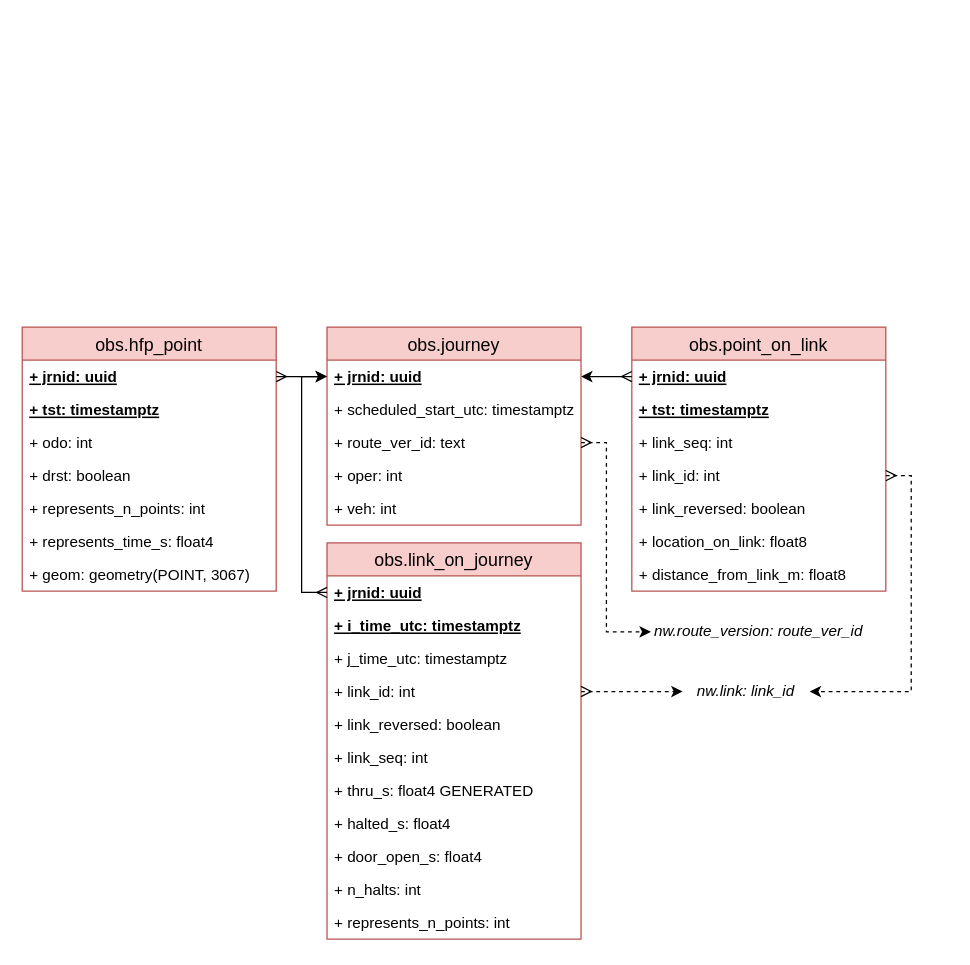
Above: page "obs" (2 of 6) of docs/sujuikoDB.drawio in datarttu/sujuikoDB (draw.io), before the change. Source tidied: cells renumbered, new cells numbered last; positions are measured from the earlier drawing's top-left corner, leaving out a move shared by most shapes. Both pictures are drawn from the tidied source at 127%, with x=0, y=0 at pixel (22, 326).
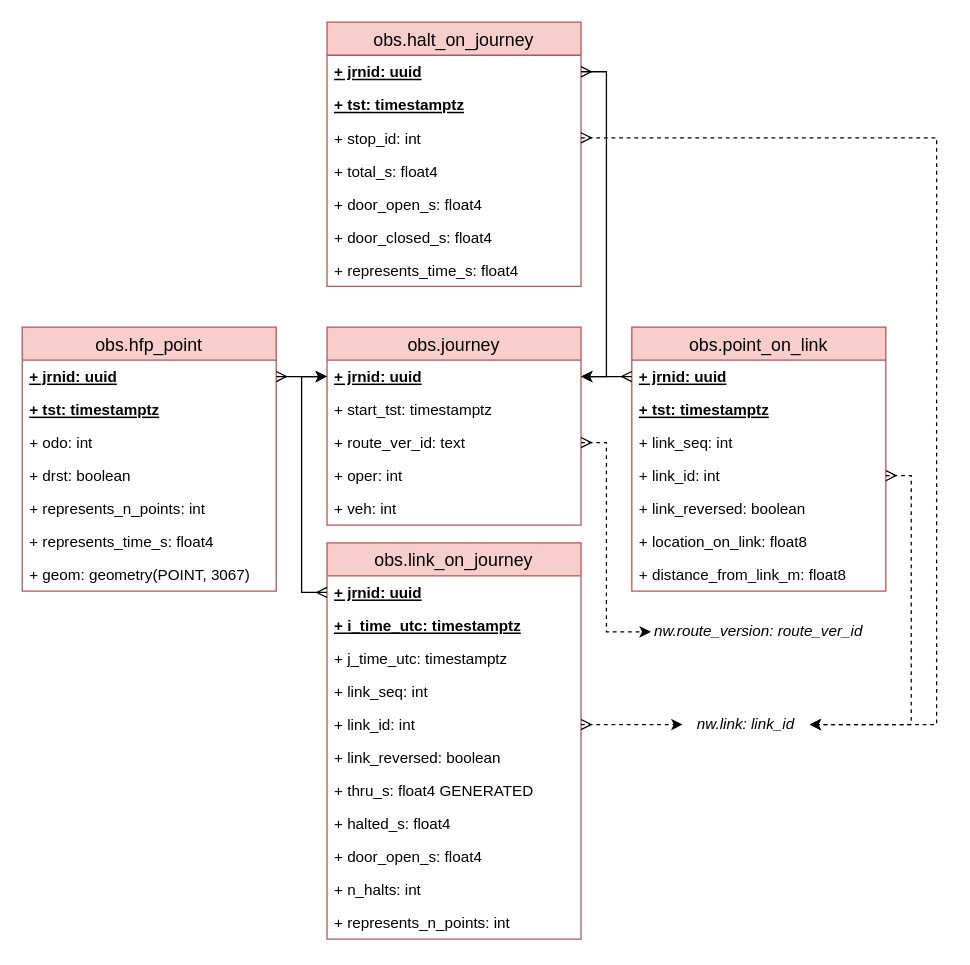
The same diagram, later.

Unchanged cells that the change refers to:
```xml
<mxCell id="2" value="obs.link_on_journey" style="swimlane;fontStyle=0;horizontal=1;startSize=26;fillColor=#f8cecc;swimlaneFillColor=#ffffff;align=center;fontSize=14;strokeColor=#b85450;" parent="1" vertex="1">
  <mxGeometry x="240" y="170" width="200" height="312" as="geometry" />
</mxCell>
<mxCell id="14" value="obs.journey" style="swimlane;fontStyle=0;horizontal=1;startSize=26;fillColor=#f8cecc;swimlaneFillColor=#ffffff;align=center;fontSize=14;strokeColor=#b85450;" parent="1" vertex="1">
  <mxGeometry x="240" width="200" height="156" as="geometry" />
</mxCell>
<mxCell id="15" value="+ jrnid: uuid" style="text;strokeColor=none;fillColor=none;spacingLeft=4;spacingRight=4;overflow=hidden;points=[[0,0.5],[1,0.5]];portConstraint=eastwest;fontSize=12;fontStyle=5;" parent="14" vertex="1">
  <mxGeometry y="26" width="200" height="26" as="geometry" />
</mxCell>
```

Change to the diagram source:
```diff
@@
+    <mxCell id="8" value="+ link_seq: int" style="text;strokeColor=none;fillColor=none;spacingLeft=4;spacingRight=4;overflow=hidden;fontSize=12;" parent="2" vertex="1">
+      <mxGeometry y="104" width="200" height="26" as="geometry" />
+    </mxCell>
     <mxCell id="6" value="+ link_id: int" style="text;strokeColor=none;fillColor=none;spacingLeft=4;spacingRight=4;overflow=hidden;points=[[0,0.5],[1,0.5]];portConstraint=eastwest;fontSize=12;fontStyle=0;" parent="2" vertex="1">
-      <mxGeometry y="104" width="200" height="26" as="geometry" />
+      <mxGeometry y="130" width="200" height="26" as="geometry" />
     </mxCell>
     <mxCell id="7" value="+ link_reversed: boolean" style="text;strokeColor=none;fillColor=none;spacingLeft=4;spacingRight=4;overflow=hidden;fontSize=12;" parent="2" vertex="1">
-      <mxGeometry y="130" width="200" height="26" as="geometry" />
+      <mxGeometry y="156" width="200" height="26" as="geometry" />
     </mxCell>
-    <mxCell id="8" value="+ link_seq: int" style="text;strokeColor=none;fillColor=none;spacingLeft=4;spacingRight=4;overflow=hidden;fontSize=12;" parent="2" vertex="1">
-      <mxGeometry y="156" width="200" height="26" as="geometry" />
-    </mxCell>
@@
-    <mxCell id="16" value="+ scheduled_start_utc: timestamptz" style="text;strokeColor=none;fillColor=none;spacingLeft=4;spacingRight=4;overflow=hidden;fontSize=12;fontStyle=0;" parent="14" vertex="1">
+    <mxCell id="16" value="+ start_tst: timestamptz" style="text;strokeColor=none;fillColor=none;spacingLeft=4;spacingRight=4;overflow=hidden;fontSize=12;fontStyle=0;" parent="14" vertex="1">
       <mxGeometry y="52" width="200" height="26" as="geometry" />
     </mxCell>
@@
     <mxCell id="41" value="nw.link: link_id" style="text;html=1;strokeColor=none;fillColor=none;align=center;verticalAlign=middle;whiteSpace=wrap;rounded=0;fontStyle=2;" parent="1" vertex="1">
-      <mxGeometry x="520" y="277" width="100" height="20" as="geometry" />
+      <mxGeometry x="520" y="303" width="100" height="20" as="geometry" />
     </mxCell>
@@
+    <mxCell id="44" value="obs.halt_on_journey" style="swimlane;fontStyle=0;horizontal=1;startSize=26;fillColor=#f8cecc;swimlaneFillColor=#ffffff;align=center;fontSize=14;strokeColor=#b85450;" parent="1" vertex="1">
+      <mxGeometry x="240" y="-240" width="200" height="208" as="geometry" />
+    </mxCell>
+    <mxCell id="45" value="+ jrnid: uuid" style="text;strokeColor=none;fillColor=none;spacingLeft=4;spacingRight=4;overflow=hidden;points=[[0,0.5],[1,0.5]];portConstraint=eastwest;fontSize=12;fontStyle=5;" parent="44" vertex="1">
+      <mxGeometry y="26" width="200" height="26" as="geometry" />
+    </mxCell>
+    <mxCell id="46" value="+ tst: timestamptz" style="text;strokeColor=none;fillColor=none;spacingLeft=4;spacingRight=4;overflow=hidden;fontSize=12;fontStyle=5;" parent="44" vertex="1">
+      <mxGeometry y="52" width="200" height="26" as="geometry" />
+    </mxCell>
+    <mxCell id="47" value="+ stop_id: int" style="text;strokeColor=none;fillColor=none;spacingLeft=4;spacingRight=4;overflow=hidden;points=[[0,0.5],[1,0.5]];portConstraint=eastwest;fontSize=12;" parent="44" vertex="1">
+      <mxGeometry y="78" width="200" height="26" as="geometry" />
+    </mxCell>
+    <mxCell id="48" value="+ total_s: float4" style="text;strokeColor=none;fillColor=none;spacingLeft=4;spacingRight=4;overflow=hidden;fontSize=12;" parent="44" vertex="1">
+      <mxGeometry y="104" width="200" height="26" as="geometry" />
+    </mxCell>
+    <mxCell id="49" value="+ door_open_s: float4" style="text;strokeColor=none;fillColor=none;spacingLeft=4;spacingRight=4;overflow=hidden;fontSize=12;" parent="44" vertex="1">
+      <mxGeometry y="130" width="200" height="26" as="geometry" />
+    </mxCell>
+    <mxCell id="50" value="+ door_closed_s: float4" style="text;strokeColor=none;fillColor=none;spacingLeft=4;spacingRight=4;overflow=hidden;fontSize=12;" parent="44" vertex="1">
+      <mxGeometry y="156" width="200" height="26" as="geometry" />
+    </mxCell>
+    <mxCell id="51" value="+ represents_time_s: float4" style="text;strokeColor=none;fillColor=none;spacingLeft=4;spacingRight=4;overflow=hidden;fontSize=12;" parent="44" vertex="1">
+      <mxGeometry y="182" width="200" height="26" as="geometry" />
+    </mxCell>
+    <mxCell id="52" style="edgeStyle=orthogonalEdgeStyle;rounded=0;jettySize=auto;html=1;exitX=1;exitY=0.5;exitDx=0;exitDy=0;entryX=1;entryY=0.5;entryDx=0;entryDy=0;startArrow=ERmany;startFill=0;" parent="1" edge="1" source="45" target="15">
+      <mxGeometry relative="1" as="geometry" />
+    </mxCell>
+    <mxCell id="53" style="edgeStyle=orthogonalEdgeStyle;rounded=0;jettySize=auto;html=1;exitX=1;exitY=0.5;exitDx=0;exitDy=0;entryX=1;entryY=0.5;entryDx=0;entryDy=0;dashed=1;startArrow=ERmany;startFill=0;" parent="1" edge="1" source="47" target="41">
+      <mxGeometry relative="1" as="geometry">
+        <Array as="points">
+          <mxPoint x="720" y="-149" />
+          <mxPoint x="720" y="313" />
+        </Array>
+      </mxGeometry>
+    </mxCell>
```
